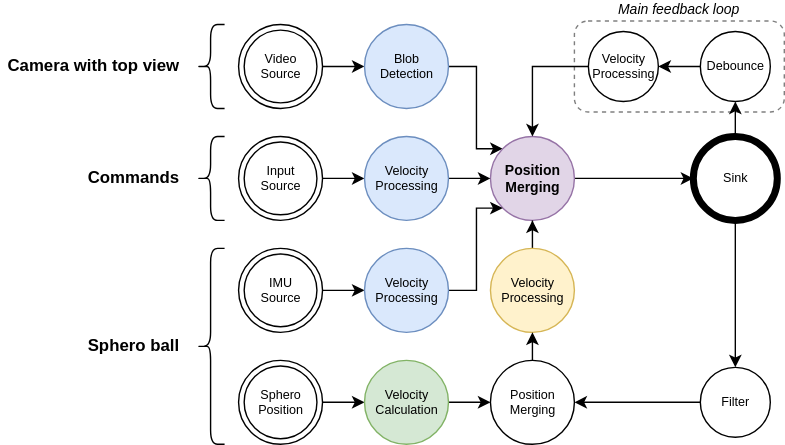
Earlier version of the draw.io export slides/fosdem2022/images/model2.svg (OpenHPS/openhps.org). Source tidied: cells renumbered, new cells last; positions are measured from the earlier drawing's top-left corner, leaving out a move shared by most shapes.
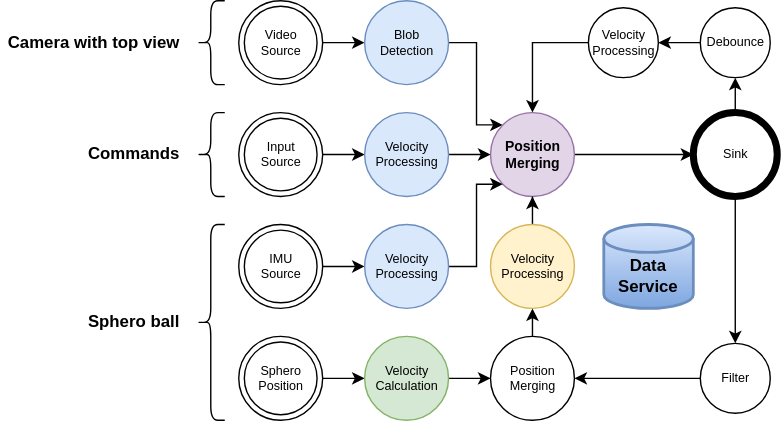
Above is the later version.

Change to the diagram source:
```diff
@@ -2,131 +2,131 @@
   <root>
     <mxCell id="0" />
     <mxCell id="1" parent="0" />
-    <mxCell id="2" value="Main feedback loop" style="rounded=1;whiteSpace=wrap;html=1;fontSize=10;fillColor=none;dashed=1;strokeWidth=1;opacity=50;labelPosition=center;verticalLabelPosition=top;align=center;verticalAlign=bottom;fontStyle=2;" parent="1" vertex="1">
-      <mxGeometry x="410" y="-0.5" width="150" height="65" as="geometry" />
+    <mxCell id="2" style="edgeStyle=orthogonalEdgeStyle;rounded=0;jettySize=auto;html=1;exitX=1;exitY=0.5;exitDx=0;exitDy=0;entryX=0;entryY=0.5;entryDx=0;entryDy=0;strokeColor=#000000;fontSize=8;fontColor=#000000;" parent="1" edge="1" source="3" target="22">
+      <mxGeometry relative="1" as="geometry" />
     </mxCell>
-    <mxCell id="3" style="edgeStyle=orthogonalEdgeStyle;rounded=0;jettySize=auto;html=1;exitX=1;exitY=0.5;exitDx=0;exitDy=0;entryX=0;entryY=0.5;entryDx=0;entryDy=0;strokeColor=#000000;fontSize=8;fontColor=#000000;" parent="1" edge="1" source="4" target="23">
-      <mxGeometry relative="1" as="geometry" />
+    <mxCell id="3" value="Sphero&lt;br style=&quot;font-size: 9px;&quot;&gt;Position" style="ellipse;shape=doubleEllipse;html=1;dashed=0;whitespace=wrap;fontSize=9;" parent="1" vertex="1">
+      <mxGeometry x="170" y="242" width="60" height="60" as="geometry" />
     </mxCell>
-    <mxCell id="4" value="Sphero&lt;br style=&quot;font-size: 9px;&quot;&gt;Position" style="ellipse;shape=doubleEllipse;html=1;dashed=0;whitespace=wrap;fontSize=9;" parent="1" vertex="1">
-      <mxGeometry x="170" y="242" width="60" height="60" as="geometry" />
+    <mxCell id="4" style="edgeStyle=orthogonalEdgeStyle;rounded=0;jettySize=auto;html=1;entryX=0;entryY=0.5;entryDx=0;entryDy=0;fontSize=9;" parent="1" edge="1" source="5">
+      <mxGeometry relative="1" as="geometry">
+        <mxPoint x="260" y="32" as="targetPoint" />
+      </mxGeometry>
     </mxCell>
-    <mxCell id="5" style="edgeStyle=orthogonalEdgeStyle;rounded=0;jettySize=auto;html=1;entryX=0;entryY=0.5;entryDx=0;entryDy=0;fontSize=9;" parent="1" edge="1" source="6">
-      <mxGeometry relative="1" as="geometry">
-        <mxPoint x="260" y="32" as="targetPoint" />
-      </mxGeometry>
+    <mxCell id="5" value="Video&lt;br style=&quot;font-size: 9px;&quot;&gt;Source" style="ellipse;shape=doubleEllipse;html=1;dashed=0;whitespace=wrap;fontSize=9;" parent="1" vertex="1">
+      <mxGeometry x="170" y="2" width="60" height="60" as="geometry" />
     </mxCell>
-    <mxCell id="6" value="Video&lt;br style=&quot;font-size: 9px;&quot;&gt;Source" style="ellipse;shape=doubleEllipse;html=1;dashed=0;whitespace=wrap;fontSize=9;" parent="1" vertex="1">
-      <mxGeometry x="170" y="2" width="60" height="60" as="geometry" />
+    <mxCell id="6" style="edgeStyle=orthogonalEdgeStyle;rounded=0;jettySize=auto;html=1;exitX=1;exitY=0.5;exitDx=0;exitDy=0;entryX=0;entryY=0;entryDx=0;entryDy=0;strokeColor=#000000;fontSize=10;fontColor=#000000;" parent="1" edge="1" source="7" target="9">
+      <mxGeometry relative="1" as="geometry">
+        <Array as="points">
+          <mxPoint x="340" y="32" />
+          <mxPoint x="340" y="91" />
+        </Array>
+      </mxGeometry>
     </mxCell>
-    <mxCell id="7" style="edgeStyle=orthogonalEdgeStyle;rounded=0;jettySize=auto;html=1;exitX=1;exitY=0.5;exitDx=0;exitDy=0;entryX=0;entryY=0;entryDx=0;entryDy=0;strokeColor=#000000;fontSize=10;fontColor=#000000;" parent="1" edge="1" source="8" target="10">
-      <mxGeometry relative="1" as="geometry">
-        <Array as="points">
-          <mxPoint x="340" y="32" />
-          <mxPoint x="340" y="91" />
-        </Array>
-      </mxGeometry>
+    <mxCell id="7" value="Blob&lt;br style=&quot;font-size: 9px;&quot;&gt;Detection" style="shape=ellipse;html=1;whitespace=wrap;perimeter=ellipsePerimeter;fontSize=9;fillColor=#dae8fc;strokeColor=#6c8ebf;" parent="1" vertex="1">
+      <mxGeometry x="260" y="2" width="60" height="60" as="geometry" />
     </mxCell>
-    <mxCell id="8" value="Blob&lt;br style=&quot;font-size: 9px;&quot;&gt;Detection" style="shape=ellipse;html=1;whitespace=wrap;perimeter=ellipsePerimeter;fontSize=9;fillColor=#dae8fc;strokeColor=#6c8ebf;" parent="1" vertex="1">
-      <mxGeometry x="260" y="2" width="60" height="60" as="geometry" />
+    <mxCell id="8" style="edgeStyle=orthogonalEdgeStyle;rounded=0;jettySize=auto;html=1;entryX=0;entryY=0.5;entryDx=0;entryDy=0;" parent="1" edge="1" source="9" target="20">
+      <mxGeometry relative="1" as="geometry" />
     </mxCell>
-    <mxCell id="9" style="edgeStyle=orthogonalEdgeStyle;rounded=0;jettySize=auto;html=1;entryX=0;entryY=0.5;entryDx=0;entryDy=0;" parent="1" edge="1" source="10" target="21">
-      <mxGeometry relative="1" as="geometry" />
+    <mxCell id="9" value="Position&lt;br style=&quot;font-size: 10px&quot;&gt;Merging" style="shape=ellipse;html=1;whitespace=wrap;perimeter=ellipsePerimeter;fontSize=10;fillColor=#e1d5e7;strokeColor=#9673a6;fontStyle=1;" parent="1" vertex="1">
+      <mxGeometry x="350" y="82" width="60" height="60" as="geometry" />
     </mxCell>
-    <mxCell id="10" value="Position&lt;br style=&quot;font-size: 10px&quot;&gt;Merging" style="shape=ellipse;html=1;whitespace=wrap;perimeter=ellipsePerimeter;fontSize=10;fillColor=#e1d5e7;strokeColor=#9673a6;fontStyle=1;" parent="1" vertex="1">
-      <mxGeometry x="350" y="82" width="60" height="60" as="geometry" />
+    <mxCell id="10" style="edgeStyle=orthogonalEdgeStyle;rounded=0;jettySize=auto;html=1;entryX=0;entryY=0.5;entryDx=0;entryDy=0;fontSize=9;" parent="1" edge="1" source="11" target="13">
+      <mxGeometry relative="1" as="geometry" />
     </mxCell>
-    <mxCell id="11" style="edgeStyle=orthogonalEdgeStyle;rounded=0;jettySize=auto;html=1;entryX=0;entryY=0.5;entryDx=0;entryDy=0;fontSize=9;" parent="1" edge="1" source="12" target="14">
-      <mxGeometry relative="1" as="geometry" />
+    <mxCell id="11" value="IMU&lt;br style=&quot;font-size: 9px;&quot;&gt;Source" style="ellipse;shape=doubleEllipse;html=1;dashed=0;whitespace=wrap;fontSize=9;" parent="1" vertex="1">
+      <mxGeometry x="170" y="162" width="60" height="60" as="geometry" />
     </mxCell>
-    <mxCell id="12" value="IMU&lt;br style=&quot;font-size: 9px;&quot;&gt;Source" style="ellipse;shape=doubleEllipse;html=1;dashed=0;whitespace=wrap;fontSize=9;" parent="1" vertex="1">
-      <mxGeometry x="170" y="162" width="60" height="60" as="geometry" />
+    <mxCell id="12" style="edgeStyle=orthogonalEdgeStyle;rounded=0;jettySize=auto;html=1;entryX=0;entryY=1;entryDx=0;entryDy=0;fontSize=8;fontColor=#000000;" parent="1" edge="1" source="13" target="9">
+      <mxGeometry relative="1" as="geometry">
+        <Array as="points">
+          <mxPoint x="340" y="192" />
+          <mxPoint x="340" y="133" />
+        </Array>
+      </mxGeometry>
     </mxCell>
-    <mxCell id="13" style="edgeStyle=orthogonalEdgeStyle;rounded=0;jettySize=auto;html=1;entryX=0;entryY=1;entryDx=0;entryDy=0;fontSize=8;fontColor=#000000;" parent="1" edge="1" source="14" target="10">
-      <mxGeometry relative="1" as="geometry">
-        <Array as="points">
-          <mxPoint x="340" y="192" />
-          <mxPoint x="340" y="133" />
-        </Array>
-      </mxGeometry>
+    <mxCell id="13" value="Velocity&lt;br&gt;Processing" style="shape=ellipse;html=1;whitespace=wrap;perimeter=ellipsePerimeter;fontSize=9;fillColor=#dae8fc;strokeColor=#6c8ebf;" parent="1" vertex="1">
+      <mxGeometry x="260" y="162" width="60" height="60" as="geometry" />
     </mxCell>
-    <mxCell id="14" value="Velocity&lt;br&gt;Processing" style="shape=ellipse;html=1;whitespace=wrap;perimeter=ellipsePerimeter;fontSize=9;fillColor=#dae8fc;strokeColor=#6c8ebf;" parent="1" vertex="1">
-      <mxGeometry x="260" y="162" width="60" height="60" as="geometry" />
+    <mxCell id="14" style="edgeStyle=orthogonalEdgeStyle;rounded=0;jettySize=auto;html=1;entryX=0;entryY=0.5;entryDx=0;entryDy=0;fontSize=9;" parent="1" edge="1" source="15" target="17">
+      <mxGeometry relative="1" as="geometry" />
     </mxCell>
-    <mxCell id="15" style="edgeStyle=orthogonalEdgeStyle;rounded=0;jettySize=auto;html=1;entryX=0;entryY=0.5;entryDx=0;entryDy=0;fontSize=9;" parent="1" edge="1" source="16" target="18">
-      <mxGeometry relative="1" as="geometry" />
+    <mxCell id="15" value="Input&lt;br style=&quot;font-size: 9px;&quot;&gt;Source" style="ellipse;shape=doubleEllipse;html=1;dashed=0;whitespace=wrap;fontSize=9;" parent="1" vertex="1">
+      <mxGeometry x="170" y="82" width="60" height="60" as="geometry" />
     </mxCell>
-    <mxCell id="16" value="Input&lt;br style=&quot;font-size: 9px;&quot;&gt;Source" style="ellipse;shape=doubleEllipse;html=1;dashed=0;whitespace=wrap;fontSize=9;" parent="1" vertex="1">
-      <mxGeometry x="170" y="82" width="60" height="60" as="geometry" />
+    <mxCell id="16" style="edgeStyle=orthogonalEdgeStyle;rounded=0;jettySize=auto;html=1;entryX=0;entryY=0.5;entryDx=0;entryDy=0;" parent="1" edge="1" source="17" target="9">
+      <mxGeometry relative="1" as="geometry" />
     </mxCell>
-    <mxCell id="17" style="edgeStyle=orthogonalEdgeStyle;rounded=0;jettySize=auto;html=1;entryX=0;entryY=0.5;entryDx=0;entryDy=0;" parent="1" edge="1" source="18" target="10">
-      <mxGeometry relative="1" as="geometry" />
+    <mxCell id="17" value="Velocity&lt;br&gt;Processing" style="shape=ellipse;html=1;whitespace=wrap;perimeter=ellipsePerimeter;fontSize=9;fillColor=#dae8fc;strokeColor=#6c8ebf;" parent="1" vertex="1">
+      <mxGeometry x="260" y="82" width="60" height="60" as="geometry" />
     </mxCell>
-    <mxCell id="18" value="Velocity&lt;br&gt;Processing" style="shape=ellipse;html=1;whitespace=wrap;perimeter=ellipsePerimeter;fontSize=9;fillColor=#dae8fc;strokeColor=#6c8ebf;" parent="1" vertex="1">
-      <mxGeometry x="260" y="82" width="60" height="60" as="geometry" />
+    <mxCell id="18" style="edgeStyle=orthogonalEdgeStyle;rounded=0;jettySize=auto;html=1;exitX=0.5;exitY=1;exitDx=0;exitDy=0;entryX=0.5;entryY=0;entryDx=0;entryDy=0;strokeColor=#000000;fontSize=8;fontColor=#000000;" parent="1" edge="1" source="20" target="32">
+      <mxGeometry relative="1" as="geometry" />
     </mxCell>
-    <mxCell id="19" style="edgeStyle=orthogonalEdgeStyle;rounded=0;jettySize=auto;html=1;exitX=0.5;exitY=1;exitDx=0;exitDy=0;entryX=0.5;entryY=0;entryDx=0;entryDy=0;strokeColor=#000000;fontSize=8;fontColor=#000000;" parent="1" edge="1" source="21" target="33">
+    <mxCell id="19" style="edgeStyle=orthogonalEdgeStyle;rounded=0;jettySize=auto;html=1;exitX=0.5;exitY=0;exitDx=0;exitDy=0;entryX=0.5;entryY=1;entryDx=0;entryDy=0;strokeColor=#000000;fontSize=8;fontColor=#000000;" parent="1" edge="1" source="20" target="28">
       <mxGeometry relative="1" as="geometry" />
     </mxCell>
-    <mxCell id="20" style="edgeStyle=orthogonalEdgeStyle;rounded=0;jettySize=auto;html=1;exitX=0.5;exitY=0;exitDx=0;exitDy=0;entryX=0.5;entryY=1;entryDx=0;entryDy=0;strokeColor=#000000;fontSize=8;fontColor=#000000;" parent="1" edge="1" source="21" target="29">
-      <mxGeometry relative="1" as="geometry" />
+    <mxCell id="20" value="Sink" style="shape=ellipse;html=1;dashed=0;whitespace=wrap;strokeWidth=5;perimeter=ellipsePerimeter;fontSize=9;" parent="1" vertex="1">
+      <mxGeometry x="495" y="82" width="60" height="60" as="geometry" />
     </mxCell>
-    <mxCell id="21" value="Sink" style="shape=ellipse;html=1;dashed=0;whitespace=wrap;strokeWidth=5;perimeter=ellipsePerimeter;fontSize=9;" parent="1" vertex="1">
-      <mxGeometry x="495" y="82" width="60" height="60" as="geometry" />
+    <mxCell id="21" style="edgeStyle=orthogonalEdgeStyle;rounded=0;jettySize=auto;html=1;exitX=1;exitY=0.5;exitDx=0;exitDy=0;entryX=0;entryY=0.5;entryDx=0;entryDy=0;" parent="1" edge="1" source="22" target="30">
+      <mxGeometry relative="1" as="geometry" />
     </mxCell>
-    <mxCell id="22" style="edgeStyle=orthogonalEdgeStyle;rounded=0;jettySize=auto;html=1;exitX=1;exitY=0.5;exitDx=0;exitDy=0;entryX=0;entryY=0.5;entryDx=0;entryDy=0;" parent="1" edge="1" source="23" target="31">
-      <mxGeometry relative="1" as="geometry" />
+    <mxCell id="22" value="Velocity&lt;br&gt;Calculation" style="shape=ellipse;html=1;whitespace=wrap;perimeter=ellipsePerimeter;fontSize=9;fillColor=#d5e8d4;strokeColor=#82b366;" parent="1" vertex="1">
+      <mxGeometry x="260" y="242" width="60" height="60" as="geometry" />
     </mxCell>
-    <mxCell id="23" value="Velocity&lt;br&gt;Calculation" style="shape=ellipse;html=1;whitespace=wrap;perimeter=ellipsePerimeter;fontSize=9;fillColor=#d5e8d4;strokeColor=#82b366;" parent="1" vertex="1">
-      <mxGeometry x="260" y="242" width="60" height="60" as="geometry" />
+    <mxCell id="23" style="edgeStyle=orthogonalEdgeStyle;rounded=0;jettySize=auto;html=1;entryX=0.5;entryY=1;entryDx=0;entryDy=0;" parent="1" edge="1" source="24" target="9">
+      <mxGeometry relative="1" as="geometry" />
     </mxCell>
-    <mxCell id="24" style="edgeStyle=orthogonalEdgeStyle;rounded=0;jettySize=auto;html=1;entryX=0.5;entryY=1;entryDx=0;entryDy=0;" parent="1" edge="1" source="25" target="10">
-      <mxGeometry relative="1" as="geometry" />
+    <mxCell id="24" value="Velocity&lt;br&gt;Processing" style="shape=ellipse;html=1;whitespace=wrap;perimeter=ellipsePerimeter;fontSize=9;fillColor=#fff2cc;strokeColor=#d6b656;" parent="1" vertex="1">
+      <mxGeometry x="350" y="162" width="60" height="60" as="geometry" />
     </mxCell>
-    <mxCell id="25" value="Velocity&lt;br&gt;Processing" style="shape=ellipse;html=1;whitespace=wrap;perimeter=ellipsePerimeter;fontSize=9;fillColor=#fff2cc;strokeColor=#d6b656;" parent="1" vertex="1">
-      <mxGeometry x="350" y="162" width="60" height="60" as="geometry" />
+    <mxCell id="25" style="edgeStyle=orthogonalEdgeStyle;rounded=0;jettySize=auto;html=1;exitX=0;exitY=0.5;exitDx=0;exitDy=0;entryX=0.5;entryY=0;entryDx=0;entryDy=0;strokeColor=#000000;fontSize=10;fontColor=#000000;" parent="1" edge="1" source="26" target="9">
+      <mxGeometry relative="1" as="geometry" />
     </mxCell>
-    <mxCell id="26" style="edgeStyle=orthogonalEdgeStyle;rounded=0;jettySize=auto;html=1;exitX=0;exitY=0.5;exitDx=0;exitDy=0;entryX=0.5;entryY=0;entryDx=0;entryDy=0;strokeColor=#000000;fontSize=10;fontColor=#000000;" parent="1" edge="1" source="27" target="10">
-      <mxGeometry relative="1" as="geometry" />
+    <mxCell id="26" value="Velocity&lt;br style=&quot;font-size: 9px;&quot;&gt;Processing" style="shape=ellipse;html=1;whitespace=wrap;perimeter=ellipsePerimeter;fontSize=9;" parent="1" vertex="1">
+      <mxGeometry x="420" y="7" width="50" height="50" as="geometry" />
     </mxCell>
-    <mxCell id="27" value="Velocity&lt;br style=&quot;font-size: 9px;&quot;&gt;Processing" style="shape=ellipse;html=1;whitespace=wrap;perimeter=ellipsePerimeter;fontSize=9;" parent="1" vertex="1">
-      <mxGeometry x="420" y="7" width="50" height="50" as="geometry" />
+    <mxCell id="27" style="edgeStyle=orthogonalEdgeStyle;curved=1;rounded=0;jettySize=auto;html=1;exitX=0;exitY=0.5;exitDx=0;exitDy=0;entryX=1;entryY=0.5;entryDx=0;entryDy=0;" parent="1" edge="1" source="28" target="26">
+      <mxGeometry relative="1" as="geometry" />
     </mxCell>
-    <mxCell id="28" style="edgeStyle=orthogonalEdgeStyle;curved=1;rounded=0;jettySize=auto;html=1;exitX=0;exitY=0.5;exitDx=0;exitDy=0;entryX=1;entryY=0.5;entryDx=0;entryDy=0;" parent="1" edge="1" source="29" target="27">
-      <mxGeometry relative="1" as="geometry" />
+    <mxCell id="28" value="Debounce" style="shape=ellipse;html=1;whitespace=wrap;perimeter=ellipsePerimeter;fontSize=9;" parent="1" vertex="1">
+      <mxGeometry x="500" y="7" width="50" height="50" as="geometry" />
     </mxCell>
-    <mxCell id="29" value="Debounce" style="shape=ellipse;html=1;whitespace=wrap;perimeter=ellipsePerimeter;fontSize=9;" parent="1" vertex="1">
-      <mxGeometry x="500" y="7" width="50" height="50" as="geometry" />
+    <mxCell id="29" style="edgeStyle=orthogonalEdgeStyle;rounded=0;jettySize=auto;html=1;exitX=0.5;exitY=0;exitDx=0;exitDy=0;entryX=0.5;entryY=1;entryDx=0;entryDy=0;" parent="1" edge="1" source="30" target="24">
+      <mxGeometry relative="1" as="geometry" />
     </mxCell>
-    <mxCell id="30" style="edgeStyle=orthogonalEdgeStyle;rounded=0;jettySize=auto;html=1;exitX=0.5;exitY=0;exitDx=0;exitDy=0;entryX=0.5;entryY=1;entryDx=0;entryDy=0;" parent="1" edge="1" source="31" target="25">
-      <mxGeometry relative="1" as="geometry" />
+    <mxCell id="30" value="Position&lt;br style=&quot;font-size: 9px&quot;&gt;Merging" style="shape=ellipse;html=1;whitespace=wrap;perimeter=ellipsePerimeter;fontSize=9;" parent="1" vertex="1">
+      <mxGeometry x="350" y="242" width="60" height="60" as="geometry" />
     </mxCell>
-    <mxCell id="31" value="Position&lt;br style=&quot;font-size: 9px&quot;&gt;Merging" style="shape=ellipse;html=1;whitespace=wrap;perimeter=ellipsePerimeter;fontSize=9;" parent="1" vertex="1">
-      <mxGeometry x="350" y="242" width="60" height="60" as="geometry" />
+    <mxCell id="31" style="edgeStyle=orthogonalEdgeStyle;rounded=0;jettySize=auto;html=1;exitX=0;exitY=0.5;exitDx=0;exitDy=0;entryX=1;entryY=0.5;entryDx=0;entryDy=0;" parent="1" edge="1" source="32" target="30">
+      <mxGeometry relative="1" as="geometry" />
     </mxCell>
-    <mxCell id="32" style="edgeStyle=orthogonalEdgeStyle;rounded=0;jettySize=auto;html=1;exitX=0;exitY=0.5;exitDx=0;exitDy=0;entryX=1;entryY=0.5;entryDx=0;entryDy=0;" parent="1" edge="1" source="33" target="31">
-      <mxGeometry relative="1" as="geometry" />
+    <mxCell id="32" value="Filter" style="shape=ellipse;html=1;whitespace=wrap;perimeter=ellipsePerimeter;fontSize=9;" parent="1" vertex="1">
+      <mxGeometry x="500" y="247" width="50" height="50" as="geometry" />
     </mxCell>
-    <mxCell id="33" value="Filter" style="shape=ellipse;html=1;whitespace=wrap;perimeter=ellipsePerimeter;fontSize=9;" parent="1" vertex="1">
-      <mxGeometry x="500" y="247" width="50" height="50" as="geometry" />
+    <mxCell id="33" style="shape=curlyBracket;whiteSpace=wrap;html=1;rounded=1;" parent="1" vertex="1">
+      <mxGeometry x="140" y="162" width="20" height="140" as="geometry" />
     </mxCell>
     <mxCell id="34" style="shape=curlyBracket;whiteSpace=wrap;html=1;rounded=1;" parent="1" vertex="1">
-      <mxGeometry x="140" y="162" width="20" height="140" as="geometry" />
+      <mxGeometry x="140" y="2" width="20" height="60" as="geometry" />
     </mxCell>
     <mxCell id="35" style="shape=curlyBracket;whiteSpace=wrap;html=1;rounded=1;" parent="1" vertex="1">
-      <mxGeometry x="140" y="2" width="20" height="60" as="geometry" />
+      <mxGeometry x="140" y="82" width="20" height="60" as="geometry" />
     </mxCell>
-    <mxCell id="36" style="shape=curlyBracket;whiteSpace=wrap;html=1;rounded=1;" parent="1" vertex="1">
-      <mxGeometry x="140" y="82" width="20" height="60" as="geometry" />
+    <mxCell id="36" value="Camera with top view" style="text;html=1;strokeColor=none;fillColor=none;align=right;verticalAlign=middle;whiteSpace=wrap;rounded=0;fontStyle=1;" parent="1" vertex="1">
+      <mxGeometry y="17" width="130" height="30" as="geometry" />
     </mxCell>
-    <mxCell id="37" value="Camera with top view" style="text;html=1;strokeColor=none;fillColor=none;align=right;verticalAlign=middle;whiteSpace=wrap;rounded=0;fontStyle=1;" parent="1" vertex="1">
-      <mxGeometry y="17" width="130" height="30" as="geometry" />
+    <mxCell id="37" value="Commands" style="text;html=1;strokeColor=none;fillColor=none;align=right;verticalAlign=middle;whiteSpace=wrap;rounded=0;fontStyle=1;" parent="1" vertex="1">
+      <mxGeometry y="97" width="130" height="30" as="geometry" />
     </mxCell>
-    <mxCell id="38" value="Commands" style="text;html=1;strokeColor=none;fillColor=none;align=right;verticalAlign=middle;whiteSpace=wrap;rounded=0;fontStyle=1;" parent="1" vertex="1">
-      <mxGeometry y="97" width="130" height="30" as="geometry" />
+    <mxCell id="38" value="Sphero ball" style="text;html=1;strokeColor=none;fillColor=none;align=right;verticalAlign=middle;whiteSpace=wrap;rounded=0;fontStyle=1;" parent="1" vertex="1">
+      <mxGeometry y="217" width="130" height="30" as="geometry" />
     </mxCell>
-    <mxCell id="39" value="Sphero ball" style="text;html=1;strokeColor=none;fillColor=none;align=right;verticalAlign=middle;whiteSpace=wrap;rounded=0;fontStyle=1;" parent="1" vertex="1">
-      <mxGeometry y="217" width="130" height="30" as="geometry" />
+    <mxCell id="39" value="&lt;br&gt;Data&lt;br&gt;Service" style="strokeWidth=2;html=1;shape=mxgraph.flowchart.database;whiteSpace=wrap;gradientColor=#7ea6e0;fillColor=#dae8fc;strokeColor=#6c8ebf;fontStyle=1;" parent="1" vertex="1">
+      <mxGeometry x="431" y="162" width="64" height="60" as="geometry" />
     </mxCell>
   </root>
 </mxGraphModel>
```
